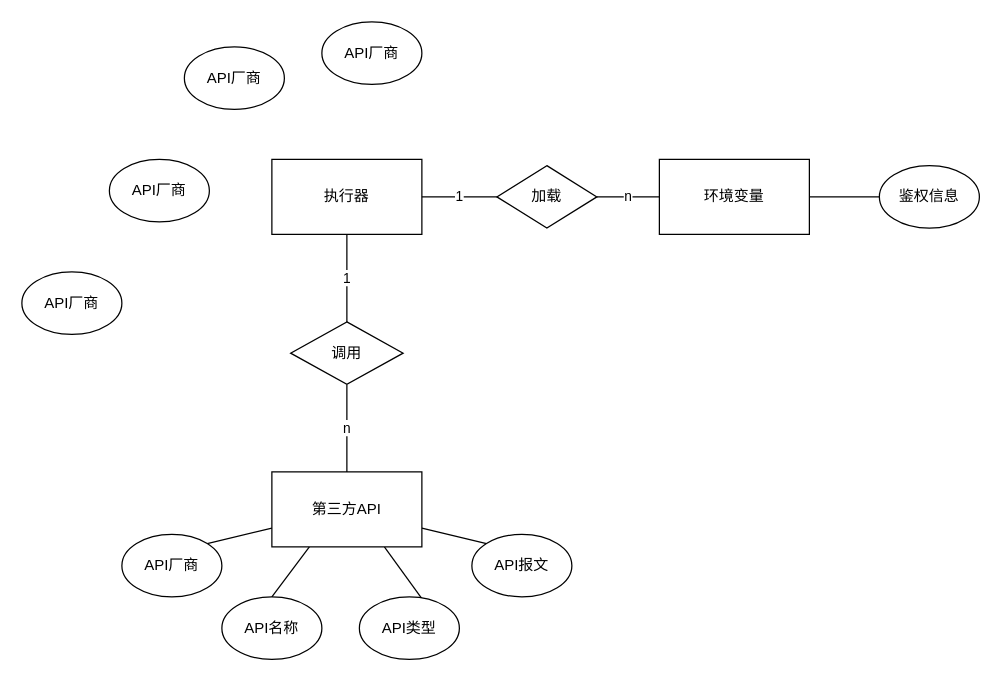
This is page "实体关系图" (5 of 6) of 系统逻辑架构图.drawio from smileLuckBoy/drowio, a draw.io file, before an edit. Source tidied: cells renumbered, new cells numbered last; positions are measured from the earlier drawing's top-left corner, leaving out a move shared by most shapes. Both pictures are drawn from the tidied source at 125%, with x=0, y=0 at pixel (21, 21).
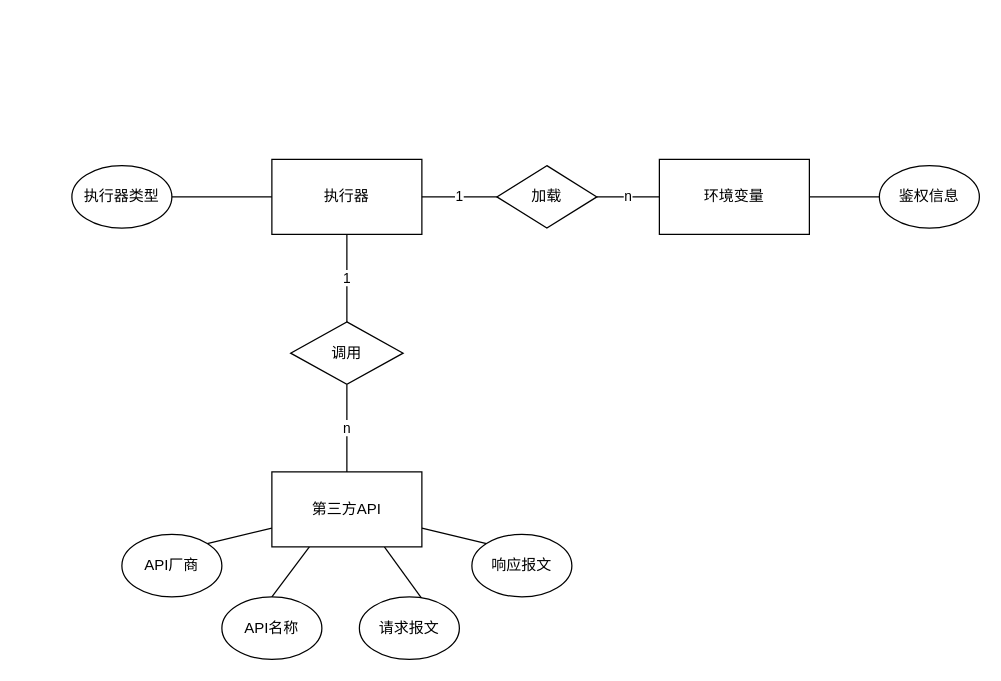
Above is the later version.

Unchanged cells that the change refers to:
```xml
<mxCell id="3" value="执行器" style="rounded=0;whiteSpace=wrap;html=1;" parent="1" vertex="1">
  <mxGeometry x="200" y="110" width="120" height="60" as="geometry" />
</mxCell>
```

What changed in the source:
```diff
@@
-    <mxCell id="18" value="API类型" style="ellipse;whiteSpace=wrap;html=1;" parent="1" vertex="1">
+    <mxCell id="18" value="请求报文" style="ellipse;whiteSpace=wrap;html=1;" parent="1" vertex="1">
       <mxGeometry x="270" y="460" width="80" height="50" as="geometry" />
     </mxCell>
@@
+    <mxCell id="25" style="edgeStyle=none;rounded=0;jettySize=auto;html=1;exitX=1;exitY=0.5;exitDx=0;exitDy=0;entryX=0;entryY=0.5;entryDx=0;entryDy=0;endArrow=none;endFill=0;" parent="1" edge="1" source="20" target="3">
+      <mxGeometry relative="1" as="geometry" />
+    </mxCell>
-    <mxCell id="20" value="API厂商" style="ellipse;whiteSpace=wrap;html=1;" parent="1" vertex="1">
-      <mxGeometry x="240" width="80" height="50" as="geometry" />
+    <mxCell id="20" value="执行器类型" style="ellipse;whiteSpace=wrap;html=1;" parent="1" vertex="1">
+      <mxGeometry x="40" y="115" width="80" height="50" as="geometry" />
     </mxCell>
-    <mxCell id="21" value="API厂商" style="ellipse;whiteSpace=wrap;html=1;" parent="1" vertex="1">
-      <mxGeometry x="130" y="20" width="80" height="50" as="geometry" />
-    </mxCell>
-    <mxCell id="22" value="API厂商" style="ellipse;whiteSpace=wrap;html=1;" parent="1" vertex="1">
-      <mxGeometry x="70" y="110" width="80" height="50" as="geometry" />
-    </mxCell>
-    <mxCell id="23" value="API厂商" style="ellipse;whiteSpace=wrap;html=1;" parent="1" vertex="1">
-      <mxGeometry y="200" width="80" height="50" as="geometry" />
-    </mxCell>
-    <mxCell id="24" value="API报文" style="ellipse;whiteSpace=wrap;html=1;" parent="1" vertex="1">
+    <mxCell id="24" value="响应报文" style="ellipse;whiteSpace=wrap;html=1;" parent="1" vertex="1">
       <mxGeometry x="360" y="410" width="80" height="50" as="geometry" />
     </mxCell>
```
